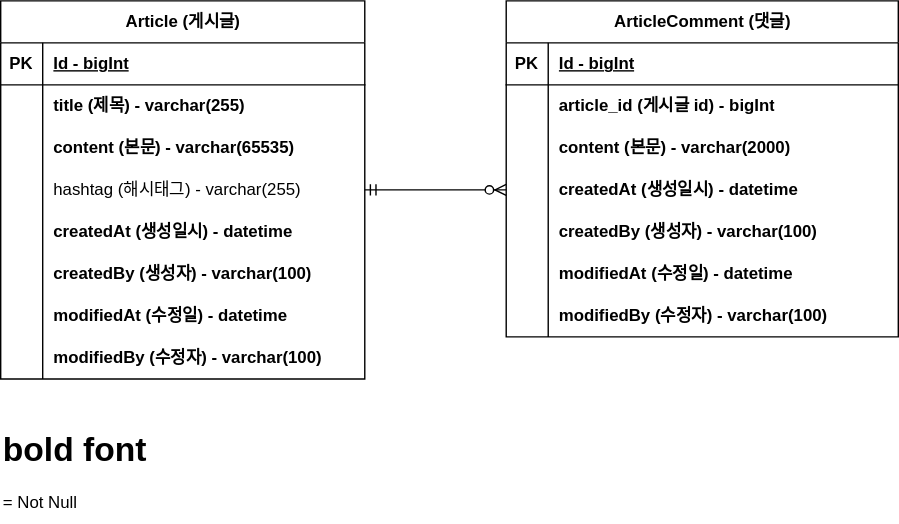
Earlier version of the draw.io export documents/project-board-erd.svg (Qussong/project_NoticeBoard_Java-SpringBoot). Source tidied: cells renumbered, new cells last; positions are measured from the earlier drawing's top-left corner, leaving out a move shared by most shapes.
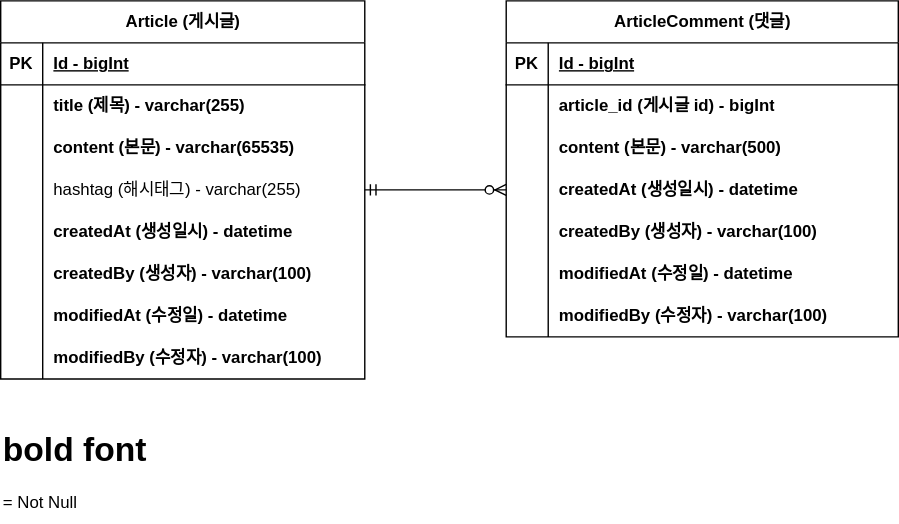
Above is the later version.

Commit message:
#14 - erd 업데이트 content 사이즈 변경

Diff of the diagram source:
```diff
@@ -104,7 +104,7 @@
     <mxCell id="35" style="shape=partialRectangle;fillColor=none;top=0;left=0;bottom=0;right=0;overflow=hidden;whiteSpace=wrap;html=1;fontStyle=1;" parent="34" vertex="1">
       <mxGeometry width="30" height="30" as="geometry" />
     </mxCell>
-    <mxCell id="36" value="content (본문) - varchar(2000)" style="shape=partialRectangle;fillColor=none;top=0;left=0;bottom=0;right=0;align=left;spacingLeft=6;overflow=hidden;whiteSpace=wrap;html=1;fontStyle=1;" parent="34" vertex="1">
+    <mxCell id="36" value="content (본문) - varchar(500)" style="shape=partialRectangle;fillColor=none;top=0;left=0;bottom=0;right=0;align=left;spacingLeft=6;overflow=hidden;whiteSpace=wrap;html=1;fontStyle=1;" parent="34" vertex="1">
       <mxGeometry x="30" width="250" height="30" as="geometry" />
     </mxCell>
     <mxCell id="37" style="shape=tableRow;horizontal=0;startSize=0;swimlaneHead=0;swimlaneBody=0;fillColor=none;points=[[0,0.5],[1,0.5]];portConstraint=eastwest;top=0;left=0;right=0;bottom=0;fontStyle=1;" parent="27" vertex="1">
```
